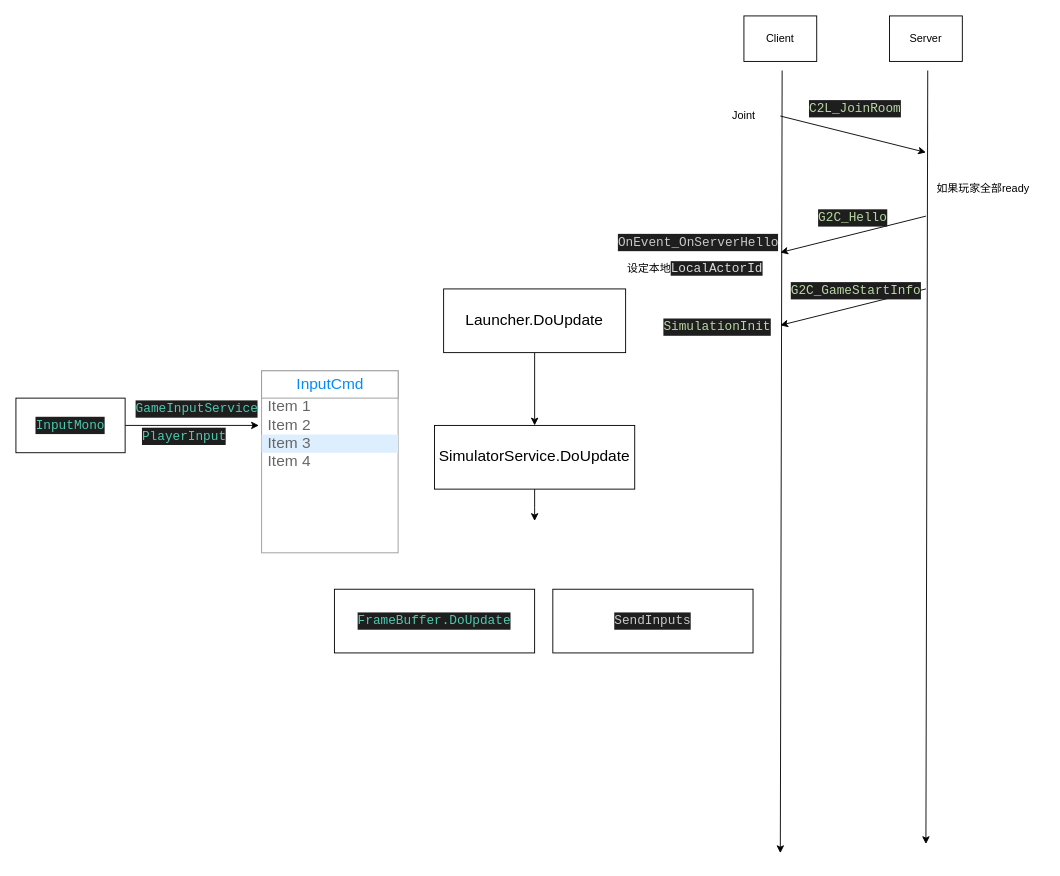
Earlier version of the draw.io diagram Unity/Doc/LockstepPipeline.drawio (BUGyyc/LSGameCore). Source tidied: cells renumbered, new cells numbered last; positions are measured from the earlier drawing's top-left corner, leaving out a move shared by most shapes. Both pictures are drawn from the tidied source at 91%, with x=0, y=0 at pixel (15, 15).
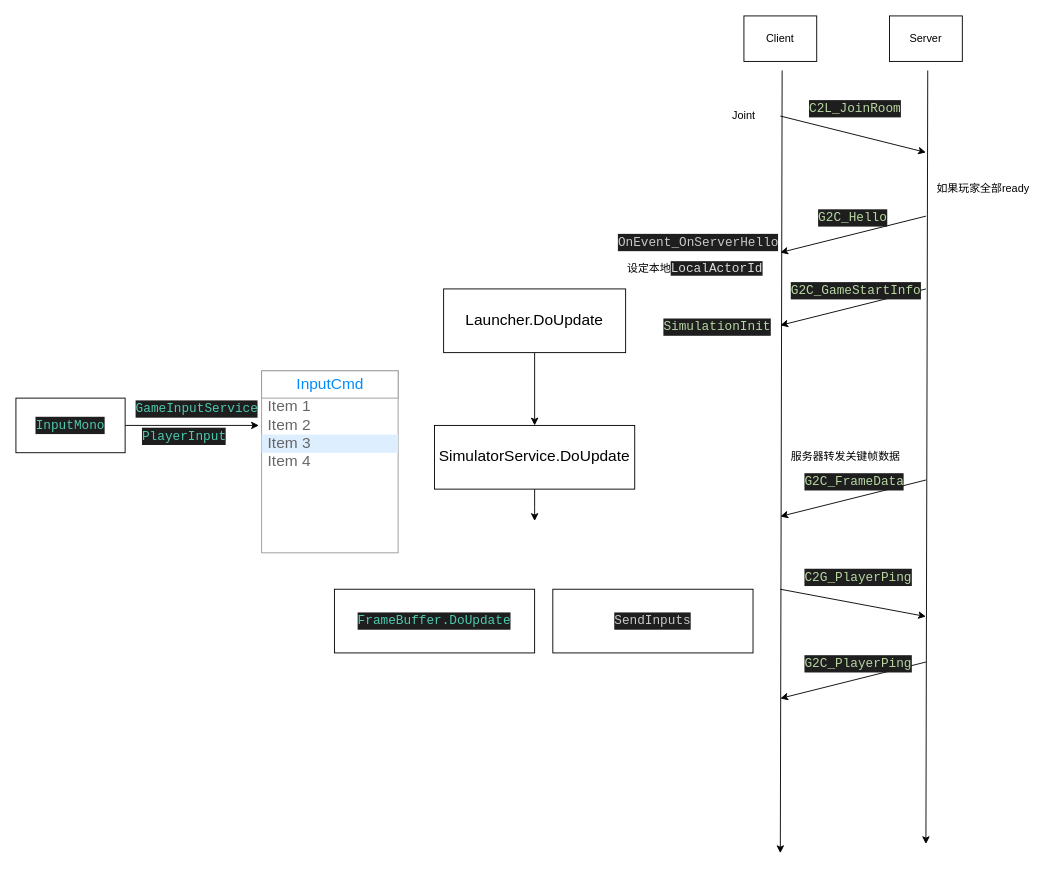
The same diagram, later.

The edit, as a diff of the source:
```diff
@@
+    <mxCell id="33" style="endArrow=classic;html=1;" parent="1" edge="1">
+      <mxGeometry relative="1" as="geometry">
+        <mxPoint x="1000" y="510" as="sourcePoint" />
+        <mxPoint x="840" y="550" as="targetPoint" />
+      </mxGeometry>
+    </mxCell>
+    <mxCell id="34" value="&lt;div style=&quot;color: rgb(212 , 212 , 212) ; background-color: rgb(30 , 30 , 30) ; font-family: &amp;#34;consolas&amp;#34; , &amp;#34;courier new&amp;#34; , monospace ; font-size: 14px ; line-height: 19px ; white-space: pre&quot;&gt;&lt;div style=&quot;font-family: &amp;#34;consolas&amp;#34; , &amp;#34;courier new&amp;#34; , monospace ; line-height: 19px&quot;&gt;&lt;span style=&quot;color: #b8d7a3&quot;&gt;G2C_FrameData&lt;/span&gt;&lt;/div&gt;&lt;/div&gt;" style="text;html=1;align=left;verticalAlign=top;spacingTop=-4;" parent="1" vertex="1">
+      <mxGeometry x="865" y="500" width="120" height="20" as="geometry" />
+    </mxCell>
+    <mxCell id="35" value="服务器转发关键帧数据" style="text;html=1;align=left;verticalAlign=top;spacingTop=-4;" parent="1" vertex="1">
+      <mxGeometry x="850" y="475" width="140" height="20" as="geometry" />
+    </mxCell>
+    <mxCell id="36" style="endArrow=classic;html=1;" parent="1" edge="1">
+      <mxGeometry relative="1" as="geometry">
+        <mxPoint x="840" y="630" as="sourcePoint" />
+        <mxPoint x="1000" y="660" as="targetPoint" />
+      </mxGeometry>
+    </mxCell>
+    <mxCell id="37" value="&lt;div style=&quot;color: rgb(212 , 212 , 212) ; background-color: rgb(30 , 30 , 30) ; font-family: &amp;#34;consolas&amp;#34; , &amp;#34;courier new&amp;#34; , monospace ; font-size: 14px ; line-height: 19px ; white-space: pre&quot;&gt;&lt;div style=&quot;font-family: &amp;#34;consolas&amp;#34; , &amp;#34;courier new&amp;#34; , monospace ; line-height: 19px&quot;&gt;&lt;div style=&quot;font-family: &amp;#34;consolas&amp;#34; , &amp;#34;courier new&amp;#34; , monospace ; line-height: 19px&quot;&gt;&lt;span style=&quot;color: #b8d7a3&quot;&gt;C2G_PlayerPing&lt;/span&gt;&lt;/div&gt;&lt;/div&gt;&lt;/div&gt;" style="text;html=1;align=left;verticalAlign=top;spacingTop=-4;" parent="1" vertex="1">
+      <mxGeometry x="865" y="605" width="120" height="20" as="geometry" />
+    </mxCell>
+    <mxCell id="38" style="endArrow=classic;html=1;" parent="1" edge="1">
+      <mxGeometry relative="1" as="geometry">
+        <mxPoint x="1000" y="710" as="sourcePoint" />
+        <mxPoint x="840" y="750" as="targetPoint" />
+      </mxGeometry>
+    </mxCell>
+    <mxCell id="39" value="&lt;div style=&quot;color: rgb(212 , 212 , 212) ; background-color: rgb(30 , 30 , 30) ; font-family: &amp;#34;consolas&amp;#34; , &amp;#34;courier new&amp;#34; , monospace ; font-size: 14px ; line-height: 19px ; white-space: pre&quot;&gt;&lt;div style=&quot;font-family: &amp;#34;consolas&amp;#34; , &amp;#34;courier new&amp;#34; , monospace ; line-height: 19px&quot;&gt;&lt;div style=&quot;font-family: &amp;#34;consolas&amp;#34; , &amp;#34;courier new&amp;#34; , monospace ; line-height: 19px&quot;&gt;&lt;span style=&quot;color: #b8d7a3&quot;&gt;G2C_PlayerPing&lt;/span&gt;&lt;/div&gt;&lt;/div&gt;&lt;/div&gt;" style="text;html=1;align=left;verticalAlign=top;spacingTop=-4;" parent="1" vertex="1">
+      <mxGeometry x="865" y="700" width="120" height="20" as="geometry" />
+    </mxCell>
```
